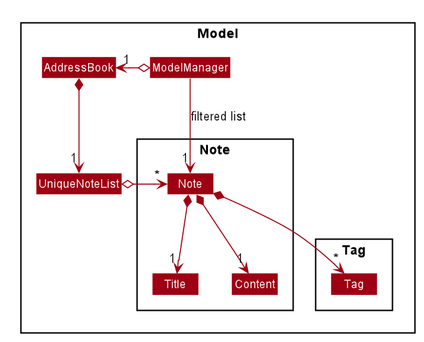
nus-cs2103-AY1920S1/addressbook-level3 keeps this PlantUML diagram as docs/images/samDiagrams/NoteModelClassDiagram.png. Above is the earlier version.
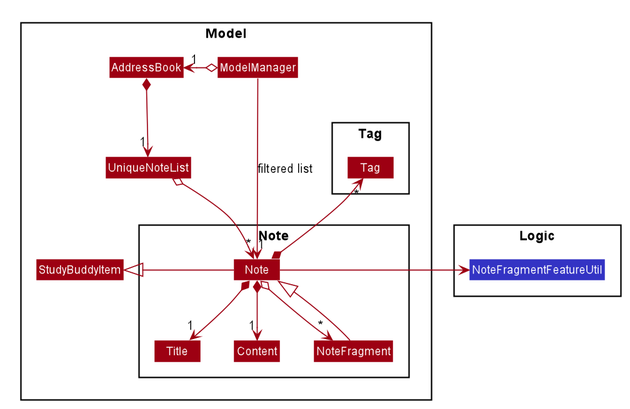
The same diagram one commit later.

Commit message:
Edit Note Model UML diagram.

Change to the diagram source:
```diff
@@ -51,15 +51,21 @@
 skinparam arrowColor #9D0012
 skinparam classBackgroundColor #9D0012
 
+Package Logic <<Rectangle>>{
+Class NoteFragmentFeatureUtil #3333C4
+}
+
 Package Model <<Rectangle>>{
+Class StudyBuddyItem
 Class AddressBook
 Class ModelManager
 Class UniqueNoteList
 
 Package Note {
 Class Note
+Class NoteFragment
+Class Content
 Class Title
-Class Content
 }
 
 Package Tag {
@@ -67,13 +73,18 @@
 }
 }
 
+Title -right[hidden]- Content
+
+ModelManager ---> "1" Note : filtered list
+UniqueNoteList o--> "*" Note
 ModelManager o-left-> "1" AddressBook
+AddressBook *-down-> "1" UniqueNoteList
+Note o--> "*" NoteFragment
+NoteFragment --|> Note
+Note -right-> NoteFragmentFeatureUtil
+Note -left-|> StudyBuddyItem
+Note *--> "1" Content
+Note *--> "1" Title
+Note *-up-> "*" Tag
 
-AddressBook *--> "1" UniqueNoteList
-UniqueNoteList o-left-> "*" Note
-Note *--> "1" Title
-Note *--> "1" Content
-Note *--> "*" Tag
-
-ModelManager -->"1" Note : filtered list
 @enduml
```
